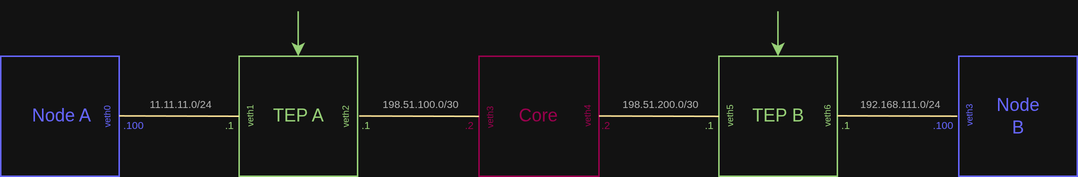
packetcord/packetcord.io keeps this draw.io diagram as apps/l3_tunnel/images/tunnel.png. Above is the earlier version. Source tidied: cells renumbered, new cells last; positions are measured from the earlier drawing's top-left corner, leaving out a move shared by most shapes. The source it was exported from:
```xml
<mxGraphModel background="#ffffff">
  <root>
    <mxCell id="0" />
    <mxCell id="1" parent="0" />
    <mxCell id="2" style="rounded=0;whiteSpace=wrap;html=1;strokeColor=light-dark(#000000,#97D077);fillColor=none;" parent="1" vertex="1">
      <mxGeometry x="159" y="30" width="79" height="80" as="geometry" />
    </mxCell>
    <mxCell id="3" style="rounded=0;whiteSpace=wrap;html=1;strokeColor=light-dark(#000000,#6666FF);fillColor=none;" parent="1" vertex="1">
      <mxGeometry y="30" width="79" height="80" as="geometry" />
    </mxCell>
    <mxCell id="4" style="endArrow=none;html=1;rounded=0;entryX=0;entryY=0.5;entryDx=0;entryDy=0;exitX=1;exitY=0.5;exitDx=0;exitDy=0;strokeColor=light-dark(#000000,#FFE599);" parent="1" edge="1" target="2">
      <mxGeometry relative="1" as="geometry">
        <mxPoint x="79" y="69.8" as="sourcePoint" />
      </mxGeometry>
    </mxCell>
    <mxCell id="5" style="rounded=0;whiteSpace=wrap;html=1;strokeColor=light-dark(#000000,#99004D);fillColor=none;" parent="1" vertex="1">
      <mxGeometry x="319" y="30" width="80" height="80" as="geometry" />
    </mxCell>
    <mxCell id="6" value="&lt;font style=&quot;color: light-dark(rgb(179, 179, 179), rgb(102, 102, 255));&quot;&gt;Node A&lt;/font&gt;" style="text;html=1;align=center;verticalAlign=middle;whiteSpace=wrap;rounded=0;" parent="1" vertex="1">
      <mxGeometry x="20" y="60.5" width="42" height="19" as="geometry" />
    </mxCell>
    <mxCell id="7" style="rounded=0;whiteSpace=wrap;html=1;strokeColor=light-dark(#000000,#97D077);fillColor=none;" parent="1" vertex="1">
      <mxGeometry x="479" y="30" width="79" height="80" as="geometry" />
    </mxCell>
    <mxCell id="8" style="rounded=0;whiteSpace=wrap;html=1;strokeColor=light-dark(#000000,#6666FF);fillColor=none;" parent="1" vertex="1">
      <mxGeometry x="639" y="30" width="79" height="80" as="geometry" />
    </mxCell>
    <mxCell id="9" style="endArrow=none;html=1;rounded=0;entryX=0;entryY=0.5;entryDx=0;entryDy=0;exitX=1;exitY=0.5;exitDx=0;exitDy=0;strokeColor=light-dark(#000000,#FFE599);" parent="1" edge="1">
      <mxGeometry relative="1" as="geometry">
        <mxPoint x="239" y="69.8" as="sourcePoint" />
        <mxPoint x="319" y="70.1" as="targetPoint" />
      </mxGeometry>
    </mxCell>
    <mxCell id="10" style="endArrow=none;html=1;rounded=0;entryX=0;entryY=0.5;entryDx=0;entryDy=0;exitX=1;exitY=0.5;exitDx=0;exitDy=0;strokeColor=light-dark(#000000,#FFE599);" parent="1" edge="1">
      <mxGeometry relative="1" as="geometry">
        <mxPoint x="399" y="69.8" as="sourcePoint" />
        <mxPoint x="479" y="70.1" as="targetPoint" />
      </mxGeometry>
    </mxCell>
    <mxCell id="11" style="endArrow=none;html=1;rounded=0;entryX=0;entryY=0.5;entryDx=0;entryDy=0;exitX=1;exitY=0.5;exitDx=0;exitDy=0;strokeColor=light-dark(#000000,#FFE599);" parent="1" edge="1">
      <mxGeometry relative="1" as="geometry">
        <mxPoint x="558" y="69.7" as="sourcePoint" />
        <mxPoint x="638" y="70" as="targetPoint" />
      </mxGeometry>
    </mxCell>
    <mxCell id="12" value="&lt;font style=&quot;color: light-dark(rgb(179, 179, 179), rgb(151, 208, 119));&quot;&gt;TEP A&lt;/font&gt;" style="text;html=1;align=center;verticalAlign=middle;whiteSpace=wrap;rounded=0;" parent="1" vertex="1">
      <mxGeometry x="177.5" y="60.5" width="42" height="19" as="geometry" />
    </mxCell>
    <mxCell id="13" value="&lt;font style=&quot;color: light-dark(rgb(179, 179, 179), rgb(153, 0, 77));&quot;&gt;Core&lt;/font&gt;" style="text;html=1;align=center;verticalAlign=middle;whiteSpace=wrap;rounded=0;" parent="1" vertex="1">
      <mxGeometry x="338" y="60" width="42" height="19" as="geometry" />
    </mxCell>
    <mxCell id="14" value="&lt;font style=&quot;color: light-dark(rgb(179, 179, 179), rgb(151, 208, 119));&quot;&gt;TEP B&lt;/font&gt;" style="text;html=1;align=center;verticalAlign=middle;whiteSpace=wrap;rounded=0;" parent="1" vertex="1">
      <mxGeometry x="497.5" y="60" width="42" height="19" as="geometry" />
    </mxCell>
    <mxCell id="15" value="&lt;font style=&quot;color: light-dark(rgb(179, 179, 179), rgb(102, 102, 255));&quot;&gt;Node B&lt;/font&gt;" style="text;html=1;align=center;verticalAlign=middle;whiteSpace=wrap;rounded=0;" parent="1" vertex="1">
      <mxGeometry x="657.5" y="60" width="42" height="19" as="geometry" />
    </mxCell>
    <mxCell id="16" style="endArrow=classic;html=1;rounded=0;strokeColor=light-dark(#000000,#97D077);" parent="1" edge="1">
      <mxGeometry relative="1" as="geometry">
        <mxPoint x="198.4" as="sourcePoint" />
        <mxPoint x="198.4" y="30" as="targetPoint" />
      </mxGeometry>
    </mxCell>
    <mxCell id="17" style="endArrow=classic;html=1;rounded=0;strokeColor=light-dark(#000000,#97D077);" parent="1" edge="1">
      <mxGeometry relative="1" as="geometry">
        <mxPoint x="518.4" as="sourcePoint" />
        <mxPoint x="518.4" y="30" as="targetPoint" />
      </mxGeometry>
    </mxCell>
    <mxCell id="18" value="&lt;font style=&quot;color: light-dark(rgb(179, 179, 179), rgb(179, 179, 179)); font-size: 7px;&quot;&gt;11.11.11.0/24&lt;/font&gt;" style="text;html=1;align=center;verticalAlign=middle;whiteSpace=wrap;rounded=0;" parent="1" vertex="1">
      <mxGeometry x="90" y="56" width="61" height="9" as="geometry" />
    </mxCell>
    <mxCell id="19" value="&lt;font style=&quot;color: light-dark(rgb(179, 179, 179), rgb(179, 179, 179)); font-size: 7px;&quot;&gt;198.51.100.0/30&lt;/font&gt;" style="text;html=1;align=center;verticalAlign=middle;whiteSpace=wrap;rounded=0;" parent="1" vertex="1">
      <mxGeometry x="250" y="56" width="61" height="9" as="geometry" />
    </mxCell>
    <mxCell id="20" value="&lt;font style=&quot;color: light-dark(rgb(179, 179, 179), rgb(179, 179, 179)); font-size: 7px;&quot;&gt;198.51.200.0/30&lt;/font&gt;" style="text;html=1;align=center;verticalAlign=middle;whiteSpace=wrap;rounded=0;" parent="1" vertex="1">
      <mxGeometry x="410" y="56" width="61" height="9" as="geometry" />
    </mxCell>
    <mxCell id="21" value="&lt;font style=&quot;color: light-dark(rgb(179, 179, 179), rgb(179, 179, 179)); font-size: 7px;&quot;&gt;192.168.111.0/24&lt;/font&gt;" style="text;html=1;align=center;verticalAlign=middle;whiteSpace=wrap;rounded=0;" parent="1" vertex="1">
      <mxGeometry x="570" y="56" width="61" height="9" as="geometry" />
    </mxCell>
    <mxCell id="22" value="&lt;font style=&quot;font-size: 7px; color: light-dark(rgb(179, 179, 179), rgb(102, 102, 255));&quot;&gt;.100&lt;/font&gt;" style="text;html=1;align=center;verticalAlign=middle;whiteSpace=wrap;rounded=0;" parent="1" vertex="1">
      <mxGeometry x="79" y="70.5" width="20" height="9" as="geometry" />
    </mxCell>
    <mxCell id="23" value="&lt;font style=&quot;font-size: 7px; color: light-dark(rgb(179, 179, 179), rgb(151, 208, 119));&quot;&gt;.1&lt;/font&gt;" style="text;html=1;align=center;verticalAlign=middle;whiteSpace=wrap;rounded=0;" parent="1" vertex="1">
      <mxGeometry x="238" y="70.5" width="12" height="9" as="geometry" />
    </mxCell>
    <mxCell id="24" value="&lt;font style=&quot;font-size: 7px; color: light-dark(rgb(179, 179, 179), rgb(151, 208, 119));&quot;&gt;.1&lt;/font&gt;" style="text;html=1;align=center;verticalAlign=middle;whiteSpace=wrap;rounded=0;" parent="1" vertex="1">
      <mxGeometry x="147" y="70.5" width="12" height="9" as="geometry" />
    </mxCell>
    <mxCell id="25" value="&lt;font style=&quot;font-size: 7px; color: light-dark(rgb(179, 179, 179), rgb(153, 0, 77));&quot;&gt;.2&lt;/font&gt;" style="text;html=1;align=center;verticalAlign=middle;whiteSpace=wrap;rounded=0;" parent="1" vertex="1">
      <mxGeometry x="307" y="70.5" width="12" height="9" as="geometry" />
    </mxCell>
    <mxCell id="26" value="&lt;font style=&quot;font-size: 7px; color: light-dark(rgb(179, 179, 179), rgb(153, 0, 77));&quot;&gt;.2&lt;/font&gt;" style="text;html=1;align=center;verticalAlign=middle;whiteSpace=wrap;rounded=0;" parent="1" vertex="1">
      <mxGeometry x="398" y="70.5" width="12" height="9" as="geometry" />
    </mxCell>
    <mxCell id="27" value="&lt;font style=&quot;font-size: 7px; color: light-dark(rgb(179, 179, 179), rgb(151, 208, 119));&quot;&gt;.1&lt;/font&gt;" style="text;html=1;align=center;verticalAlign=middle;whiteSpace=wrap;rounded=0;" parent="1" vertex="1">
      <mxGeometry x="467" y="70.5" width="12" height="9" as="geometry" />
    </mxCell>
    <mxCell id="28" value="&lt;font style=&quot;font-size: 7px; color: light-dark(rgb(179, 179, 179), rgb(151, 208, 119));&quot;&gt;.1&lt;/font&gt;" style="text;html=1;align=center;verticalAlign=middle;whiteSpace=wrap;rounded=0;" parent="1" vertex="1">
      <mxGeometry x="558" y="70.5" width="12" height="9" as="geometry" />
    </mxCell>
    <mxCell id="29" value="&lt;font style=&quot;font-size: 7px; color: light-dark(rgb(179, 179, 179), rgb(102, 102, 255));&quot;&gt;.100&lt;/font&gt;" style="text;html=1;align=center;verticalAlign=middle;whiteSpace=wrap;rounded=0;" parent="1" vertex="1">
      <mxGeometry x="619" y="70.5" width="20" height="9" as="geometry" />
    </mxCell>
    <mxCell id="30" value="&lt;font style=&quot;font-size: 6px; color: light-dark(rgb(0, 0, 0), rgb(102, 102, 255));&quot;&gt;veth0&lt;/font&gt;" style="text;html=1;whiteSpace=wrap;strokeColor=none;fillColor=none;align=center;verticalAlign=middle;rounded=0;rotation=-90;" parent="1" vertex="1">
      <mxGeometry x="59" y="65.5" width="20" height="10" as="geometry" />
    </mxCell>
    <mxCell id="31" value="&lt;font style=&quot;font-size: 6px; color: light-dark(rgb(0, 0, 0), rgb(151, 208, 119));&quot;&gt;veth1&lt;/font&gt;" style="text;html=1;whiteSpace=wrap;strokeColor=none;fillColor=none;align=center;verticalAlign=middle;rounded=0;rotation=-90;" parent="1" vertex="1">
      <mxGeometry x="154.5" y="65.5" width="20" height="10" as="geometry" />
    </mxCell>
    <mxCell id="32" value="&lt;font style=&quot;font-size: 6px; color: light-dark(rgb(0, 0, 0), rgb(151, 208, 119));&quot;&gt;veth2&lt;/font&gt;" style="text;html=1;whiteSpace=wrap;strokeColor=none;fillColor=none;align=center;verticalAlign=middle;rounded=0;rotation=-90;" parent="1" vertex="1">
      <mxGeometry x="218" y="65.5" width="20" height="10" as="geometry" />
    </mxCell>
    <mxCell id="33" value="&lt;font style=&quot;font-size: 6px; color: light-dark(rgb(0, 0, 0), rgb(153, 0, 77));&quot;&gt;veth3&lt;/font&gt;" style="text;html=1;whiteSpace=wrap;strokeColor=none;fillColor=none;align=center;verticalAlign=middle;rounded=0;rotation=-90;" parent="1" vertex="1">
      <mxGeometry x="315" y="66" width="20" height="10" as="geometry" />
    </mxCell>
    <mxCell id="34" value="&lt;font style=&quot;font-size: 6px; color: light-dark(rgb(0, 0, 0), rgb(153, 0, 77));&quot;&gt;veth4&lt;/font&gt;" style="text;html=1;whiteSpace=wrap;strokeColor=none;fillColor=none;align=center;verticalAlign=middle;rounded=0;rotation=-90;" parent="1" vertex="1">
      <mxGeometry x="380" y="65" width="20" height="10" as="geometry" />
    </mxCell>
    <mxCell id="35" value="&lt;font style=&quot;font-size: 6px; color: light-dark(rgb(0, 0, 0), rgb(151, 208, 119));&quot;&gt;veth5&lt;/font&gt;" style="text;html=1;whiteSpace=wrap;strokeColor=none;fillColor=none;align=center;verticalAlign=middle;rounded=0;rotation=-90;" parent="1" vertex="1">
      <mxGeometry x="474.5" y="65.5" width="20" height="10" as="geometry" />
    </mxCell>
    <mxCell id="36" value="&lt;font style=&quot;font-size: 6px; color: light-dark(rgb(0, 0, 0), rgb(151, 208, 119));&quot;&gt;veth6&lt;/font&gt;" style="text;html=1;whiteSpace=wrap;strokeColor=none;fillColor=none;align=center;verticalAlign=middle;rounded=0;rotation=-90;" parent="1" vertex="1">
      <mxGeometry x="539.5" y="65.5" width="20" height="10" as="geometry" />
    </mxCell>
    <mxCell id="37" value="&lt;font style=&quot;font-size: 6px; color: light-dark(rgb(0, 0, 0), rgb(102, 102, 255));&quot;&gt;veth3&lt;/font&gt;" style="text;html=1;whiteSpace=wrap;strokeColor=none;fillColor=none;align=center;verticalAlign=middle;rounded=0;rotation=-90;" parent="1" vertex="1">
      <mxGeometry x="634.5" y="65" width="20" height="10" as="geometry" />
    </mxCell>
  </root>
</mxGraphModel>
```
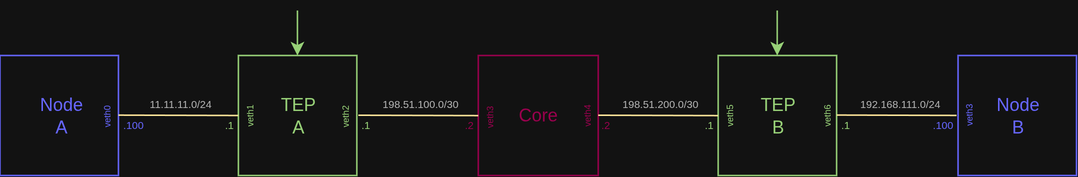
The same file after the commit.

What changed in the source:
```diff
@@ -16,7 +16,7 @@
     <mxCell id="5" style="rounded=0;whiteSpace=wrap;html=1;strokeColor=light-dark(#000000,#99004D);fillColor=none;" parent="1" vertex="1">
       <mxGeometry x="319" y="30" width="80" height="80" as="geometry" />
     </mxCell>
-    <mxCell id="6" value="&lt;font style=&quot;color: light-dark(rgb(179, 179, 179), rgb(102, 102, 255));&quot;&gt;Node A&lt;/font&gt;" style="text;html=1;align=center;verticalAlign=middle;whiteSpace=wrap;rounded=0;" parent="1" vertex="1">
+    <mxCell id="6" value="&lt;font style=&quot;color: light-dark(rgb(179, 179, 179), rgb(102, 102, 255));&quot;&gt;Node&lt;br&gt;A&lt;/font&gt;" style="text;html=1;align=center;verticalAlign=middle;whiteSpace=wrap;rounded=0;" parent="1" vertex="1">
       <mxGeometry x="20" y="60.5" width="42" height="19" as="geometry" />
     </mxCell>
     <mxCell id="7" style="rounded=0;whiteSpace=wrap;html=1;strokeColor=light-dark(#000000,#97D077);fillColor=none;" parent="1" vertex="1">
@@ -43,16 +43,16 @@
         <mxPoint x="638" y="70" as="targetPoint" />
       </mxGeometry>
     </mxCell>
-    <mxCell id="12" value="&lt;font style=&quot;color: light-dark(rgb(179, 179, 179), rgb(151, 208, 119));&quot;&gt;TEP A&lt;/font&gt;" style="text;html=1;align=center;verticalAlign=middle;whiteSpace=wrap;rounded=0;" parent="1" vertex="1">
+    <mxCell id="12" value="&lt;font style=&quot;color: light-dark(rgb(179, 179, 179), rgb(151, 208, 119));&quot;&gt;TEP&lt;br&gt;A&lt;/font&gt;" style="text;html=1;align=center;verticalAlign=middle;whiteSpace=wrap;rounded=0;" parent="1" vertex="1">
       <mxGeometry x="177.5" y="60.5" width="42" height="19" as="geometry" />
     </mxCell>
     <mxCell id="13" value="&lt;font style=&quot;color: light-dark(rgb(179, 179, 179), rgb(153, 0, 77));&quot;&gt;Core&lt;/font&gt;" style="text;html=1;align=center;verticalAlign=middle;whiteSpace=wrap;rounded=0;" parent="1" vertex="1">
       <mxGeometry x="338" y="60" width="42" height="19" as="geometry" />
     </mxCell>
-    <mxCell id="14" value="&lt;font style=&quot;color: light-dark(rgb(179, 179, 179), rgb(151, 208, 119));&quot;&gt;TEP B&lt;/font&gt;" style="text;html=1;align=center;verticalAlign=middle;whiteSpace=wrap;rounded=0;" parent="1" vertex="1">
+    <mxCell id="14" value="&lt;font style=&quot;color: light-dark(rgb(179, 179, 179), rgb(151, 208, 119));&quot;&gt;TEP&lt;br&gt;B&lt;/font&gt;" style="text;html=1;align=center;verticalAlign=middle;whiteSpace=wrap;rounded=0;" parent="1" vertex="1">
       <mxGeometry x="497.5" y="60" width="42" height="19" as="geometry" />
     </mxCell>
-    <mxCell id="15" value="&lt;font style=&quot;color: light-dark(rgb(179, 179, 179), rgb(102, 102, 255));&quot;&gt;Node B&lt;/font&gt;" style="text;html=1;align=center;verticalAlign=middle;whiteSpace=wrap;rounded=0;" parent="1" vertex="1">
+    <mxCell id="15" value="&lt;font style=&quot;color: light-dark(rgb(179, 179, 179), rgb(102, 102, 255));&quot;&gt;Node&lt;br&gt;B&lt;/font&gt;" style="text;html=1;align=center;verticalAlign=middle;whiteSpace=wrap;rounded=0;" parent="1" vertex="1">
       <mxGeometry x="657.5" y="60" width="42" height="19" as="geometry" />
     </mxCell>
     <mxCell id="16" style="endArrow=classic;html=1;rounded=0;strokeColor=light-dark(#000000,#97D077);" parent="1" edge="1">
```
